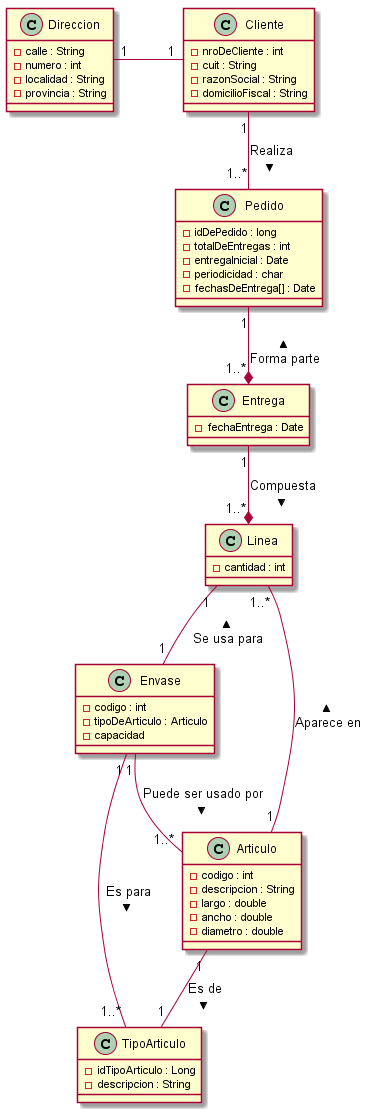
This is Analisis/diagramaDeClases.png from diegohunko/trabajoIntegradorPOO1, a PlantUML export, as it was before one commit.
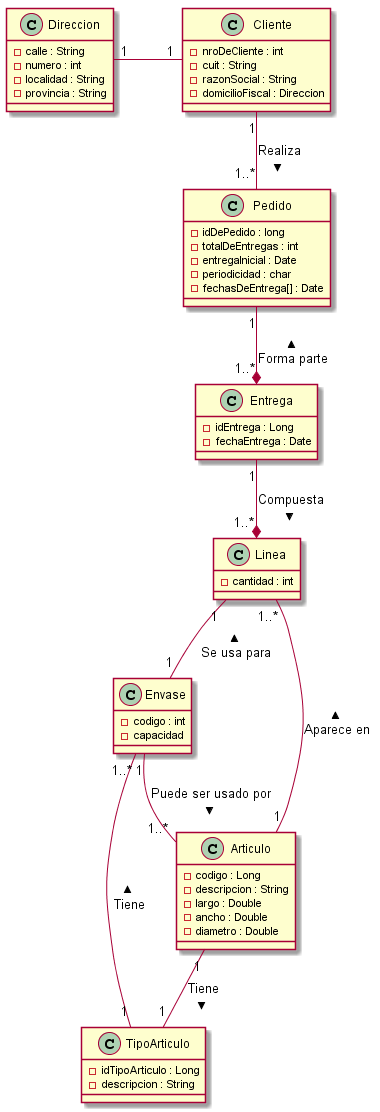
After the commit.

Commit message:
emprolijado el diagrama

The edit, as a diff of the source:
```diff
@@ -4,8 +4,8 @@
 Pedido "1" --* "1..*" Entrega : < Forma parte
 Entrega "1" --* "1..*" Linea : Compuesta >
 Articulo "1" -- "1..*" Linea : Aparece en >
-Articulo "1" -- "1" TipoArticulo : Es de >
-Envase "1" -- "1..*" TipoArticulo : Es para >
+Articulo "1" -- "1" TipoArticulo : Tiene >
+Envase "1..*" -- "1" TipoArticulo : Tiene <
 Envase "1" -- "1..*" Articulo : Puede ser usado por >
 Linea "1" -- "1" Envase : < Se usa para
 
@@ -16,15 +16,16 @@
 }
 
 class Entrega {
+-idEntrega : Long
 -fechaEntrega : Date
 }
 
 class Articulo{
--codigo : int
+-codigo : Long
 -descripcion : String
--largo : double
--ancho : double
--diametro : double
+-largo : Double
+-ancho : Double
+-diametro : Double
 }
 
 class Linea {
@@ -45,12 +46,11 @@
 -nroDeCliente : int
 -cuit : String
 -razonSocial : String
--domicilioFiscal : String
+-domicilioFiscal : Direccion
 }
 
 class Envase{
 -codigo : int
--tipoDeArticulo : Articulo
 -capacidad
 }
 
```
